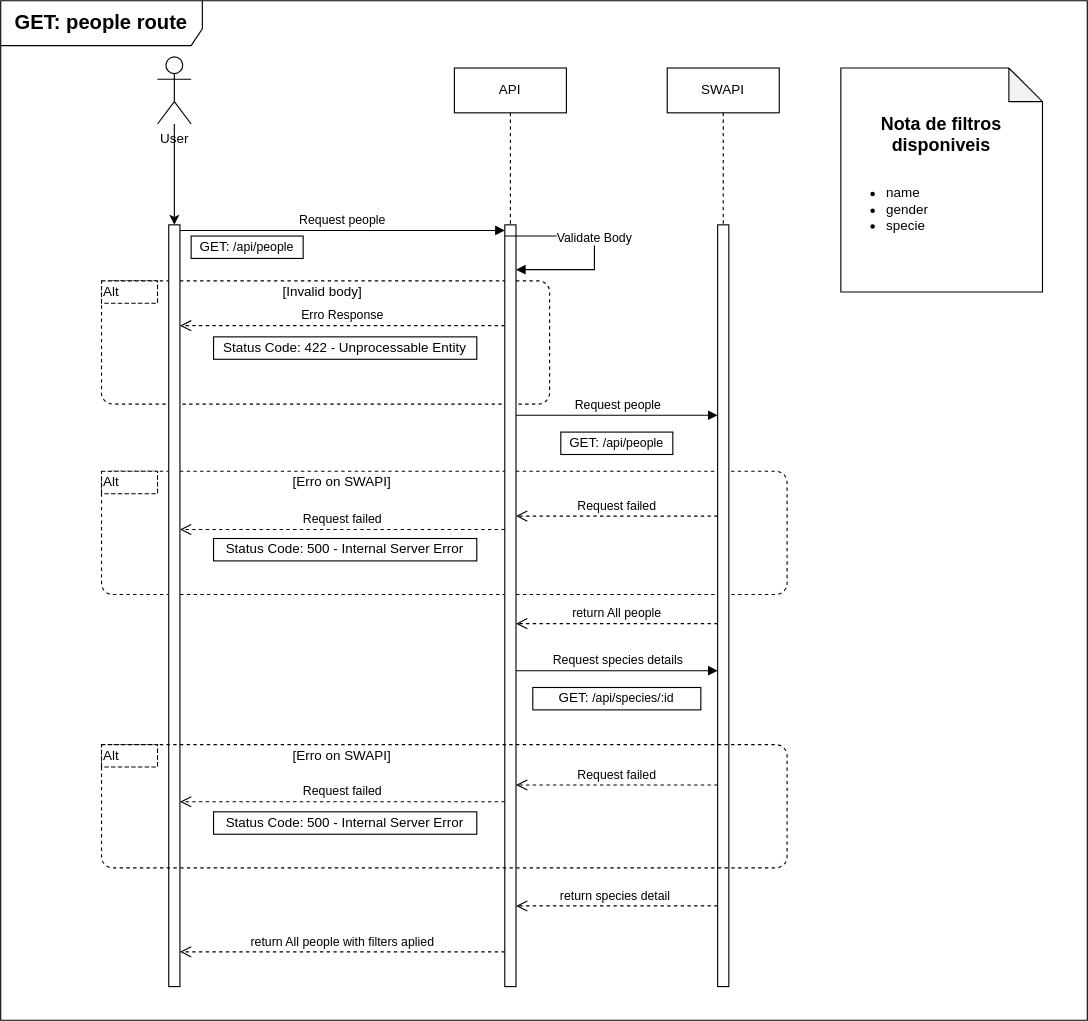
The draw.io diagram docs/diagrams/Diagrama de rotas people.svg in KhovetS2/starwars-api, before a commit. Source tidied: cells renumbered, new cells last; positions are measured from the earlier drawing's top-left corner, leaving out a move shared by most shapes.
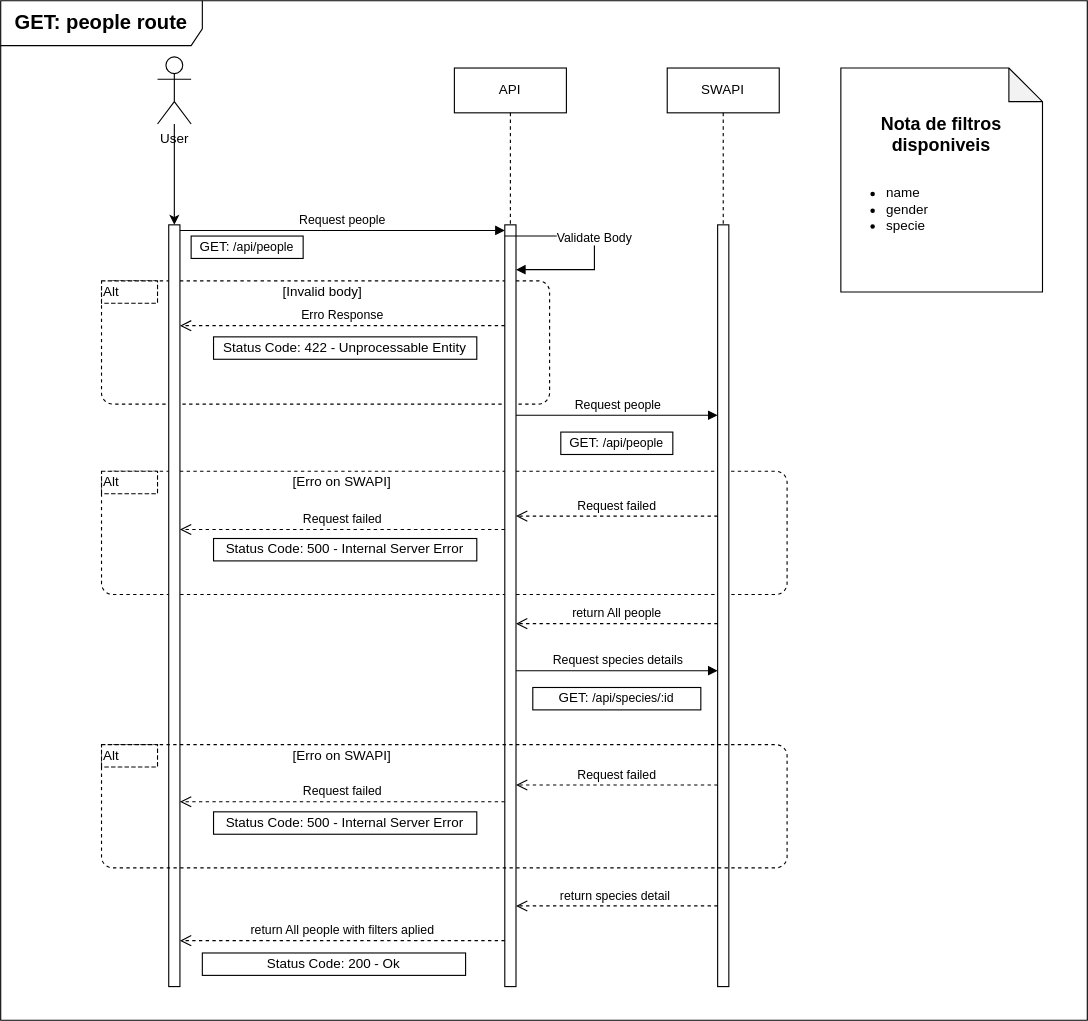
After the commit.

Change to the diagram source:
```diff
@@ -16,8 +16,8 @@
     </mxCell>
     <mxCell id="6" value="return All people with filters aplied" style="html=1;verticalAlign=bottom;endArrow=open;dashed=1;endSize=8;curved=0;rounded=0;" parent="1" edge="1">
       <mxGeometry relative="1" as="geometry">
-        <mxPoint x="450" y="849" as="sourcePoint" />
-        <mxPoint x="160" y="849" as="targetPoint" />
+        <mxPoint x="450" y="839" as="sourcePoint" />
+        <mxPoint x="160" y="839" as="targetPoint" />
       </mxGeometry>
     </mxCell>
     <mxCell id="7" style="html=1;perimeter=orthogonalPerimeter;targetShapes=umlLifeline;newEdgeStyle={&quot;curved&quot;:0,&quot;rounded&quot;:0};" parent="1" vertex="1">
@@ -151,5 +151,8 @@
         <mxPoint x="160" y="290" as="targetPoint" />
       </mxGeometry>
     </mxCell>
+    <mxCell id="38" value="Status Code: 200 - Ok" style="rounded=0;whiteSpace=wrap;html=1;" parent="1" vertex="1">
+      <mxGeometry x="180" y="850" width="235" height="20" as="geometry" />
+    </mxCell>
   </root>
 </mxGraphModel>
```
